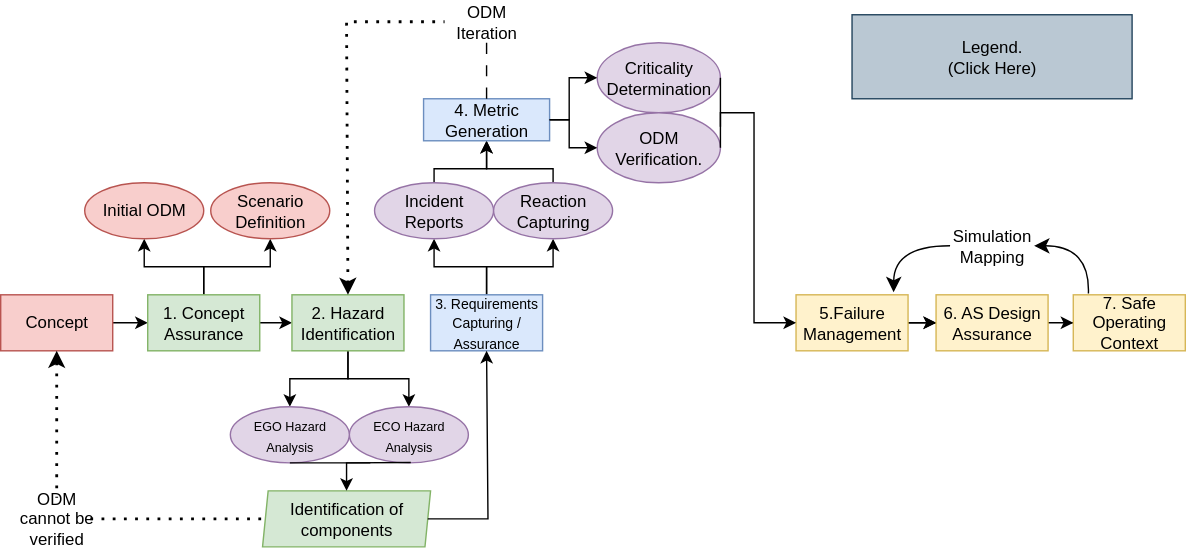
This is src/assets/sacred.svg from TortoiseFather/sacred-site, a draw.io export, as it was before one commit. Source tidied: cells renumbered, new cells last; positions are measured from the earlier drawing's top-left corner, leaving out a move shared by most shapes. Source of this version:
```xml
<mxGraphModel>
  <root>
    <mxCell id="0" />
    <mxCell id="1" parent="0" />
    <mxCell id="2" style="edgeStyle=orthogonalEdgeStyle;rounded=0;jettySize=auto;html=1;" parent="1" edge="1" source="3" target="7">
      <mxGeometry relative="1" as="geometry" />
    </mxCell>
    <mxCell id="3" value="Concept" style="rounded=0;whiteSpace=wrap;html=1;fillColor=#f8cecc;strokeColor=#b85450;" parent="1" vertex="1">
      <mxGeometry y="210" width="80" height="40" as="geometry" />
    </mxCell>
    <mxCell id="4" style="edgeStyle=orthogonalEdgeStyle;rounded=0;jettySize=auto;html=1;" parent="1" edge="1" source="7" target="10">
      <mxGeometry relative="1" as="geometry" />
    </mxCell>
    <mxCell id="5" style="edgeStyle=orthogonalEdgeStyle;rounded=0;jettySize=auto;html=1;entryX=0.5;entryY=1;entryDx=0;entryDy=0;" parent="1" edge="1" source="7" target="20">
      <mxGeometry relative="1" as="geometry" />
    </mxCell>
    <mxCell id="6" style="edgeStyle=orthogonalEdgeStyle;rounded=0;jettySize=auto;html=1;entryX=0.5;entryY=1;entryDx=0;entryDy=0;" parent="1" edge="1" source="7" target="19">
      <mxGeometry relative="1" as="geometry" />
    </mxCell>
    <mxCell id="7" value="1. Concept Assurance" style="rounded=0;whiteSpace=wrap;html=1;fillColor=#d5e8d4;strokeColor=#82b366;" parent="1" vertex="1">
      <mxGeometry x="105" y="210" width="80" height="40" as="geometry" />
    </mxCell>
    <mxCell id="8" style="edgeStyle=orthogonalEdgeStyle;rounded=0;jettySize=auto;html=1;entryX=0.5;entryY=0;entryDx=0;entryDy=0;" parent="1" edge="1" source="10" target="37">
      <mxGeometry relative="1" as="geometry" />
    </mxCell>
    <mxCell id="9" style="edgeStyle=orthogonalEdgeStyle;rounded=0;jettySize=auto;html=1;entryX=0.5;entryY=0;entryDx=0;entryDy=0;" parent="1" edge="1" source="10" target="38">
      <mxGeometry relative="1" as="geometry" />
    </mxCell>
    <mxCell id="10" value="2. Hazard Identification" style="rounded=0;whiteSpace=wrap;html=1;fillColor=#d5e8d4;strokeColor=#82b366;" parent="1" vertex="1">
      <mxGeometry x="208" y="210" width="80" height="40" as="geometry" />
    </mxCell>
    <mxCell id="11" style="edgeStyle=orthogonalEdgeStyle;rounded=0;jettySize=auto;html=1;" parent="1" edge="1" source="13" target="24">
      <mxGeometry relative="1" as="geometry" />
    </mxCell>
    <mxCell id="12" style="edgeStyle=orthogonalEdgeStyle;rounded=0;jettySize=auto;html=1;entryX=0.5;entryY=1;entryDx=0;entryDy=0;" parent="1" edge="1" source="13" target="22">
      <mxGeometry relative="1" as="geometry" />
    </mxCell>
    <mxCell id="13" value="&lt;font style=&quot;font-size: 10px;&quot;&gt;3. Requirements Capturing / Assurance&lt;/font&gt;" style="rounded=0;whiteSpace=wrap;html=1;fillColor=#dae8fc;strokeColor=#6c8ebf;" parent="1" vertex="1">
      <mxGeometry x="307" y="210" width="80" height="40" as="geometry" />
    </mxCell>
    <mxCell id="14" style="edgeStyle=orthogonalEdgeStyle;rounded=0;jettySize=auto;html=1;" parent="1" edge="1" source="16" target="18">
      <mxGeometry relative="1" as="geometry" />
    </mxCell>
    <mxCell id="15" style="edgeStyle=orthogonalEdgeStyle;rounded=0;jettySize=auto;html=1;" parent="1" edge="1" source="16" target="18">
      <mxGeometry relative="1" as="geometry" />
    </mxCell>
    <mxCell id="16" value="5.Failure Management" style="rounded=0;whiteSpace=wrap;html=1;fillColor=#fff2cc;strokeColor=#d6b656;" parent="1" vertex="1">
      <mxGeometry x="568" y="210" width="80" height="40" as="geometry" />
    </mxCell>
    <mxCell id="17" style="edgeStyle=orthogonalEdgeStyle;rounded=0;jettySize=auto;html=1;" parent="1" edge="1" source="18" target="25">
      <mxGeometry relative="1" as="geometry" />
    </mxCell>
    <mxCell id="18" value="6. AS Design Assurance" style="rounded=0;whiteSpace=wrap;html=1;fillColor=#fff2cc;strokeColor=#d6b656;" parent="1" vertex="1">
      <mxGeometry x="668" y="210" width="80" height="40" as="geometry" />
    </mxCell>
    <mxCell id="19" value="Initial ODM" style="ellipse;whiteSpace=wrap;html=1;fillColor=#f8cecc;strokeColor=#b85450;" parent="1" vertex="1">
      <mxGeometry x="60" y="130" width="85" height="40" as="geometry" />
    </mxCell>
    <mxCell id="20" value="Scenario Definition" style="ellipse;whiteSpace=wrap;html=1;fillColor=#f8cecc;strokeColor=#b85450;" parent="1" vertex="1">
      <mxGeometry x="150" y="130" width="85" height="40" as="geometry" />
    </mxCell>
    <mxCell id="21" style="edgeStyle=orthogonalEdgeStyle;rounded=0;jettySize=auto;html=1;" parent="1" edge="1" source="22" target="26">
      <mxGeometry relative="1" as="geometry">
        <Array as="points">
          <mxPoint x="310" y="120" />
          <mxPoint x="347" y="120" />
        </Array>
      </mxGeometry>
    </mxCell>
    <mxCell id="22" value="Incident Reports" style="ellipse;whiteSpace=wrap;html=1;fillColor=#e1d5e7;strokeColor=#9673a6;" parent="1" vertex="1">
      <mxGeometry x="267" y="130" width="85" height="40" as="geometry" />
    </mxCell>
    <mxCell id="23" style="edgeStyle=orthogonalEdgeStyle;rounded=0;jettySize=auto;html=1;" parent="1" edge="1" source="24" target="26">
      <mxGeometry relative="1" as="geometry">
        <Array as="points">
          <mxPoint x="395" y="120" />
          <mxPoint x="347" y="120" />
        </Array>
      </mxGeometry>
    </mxCell>
    <mxCell id="24" value="Reaction Capturing" style="ellipse;whiteSpace=wrap;html=1;fillColor=#e1d5e7;strokeColor=#9673a6;" parent="1" vertex="1">
      <mxGeometry x="352" y="130" width="85" height="40" as="geometry" />
    </mxCell>
    <mxCell id="25" value="7. Safe Operating Context" style="rounded=0;whiteSpace=wrap;html=1;fillColor=#fff2cc;strokeColor=#d6b656;" parent="1" vertex="1">
      <mxGeometry x="766" y="210" width="80" height="40" as="geometry" />
    </mxCell>
    <mxCell id="26" value="4. Metric Generation" style="whiteSpace=wrap;html=1;fillColor=#dae8fc;strokeColor=#6c8ebf;" parent="1" vertex="1">
      <mxGeometry x="302" y="70" width="90" height="30" as="geometry" />
    </mxCell>
    <mxCell id="27" value="Criticality Determination" style="ellipse;whiteSpace=wrap;html=1;fillColor=#e1d5e7;strokeColor=#9673a6;" parent="1" vertex="1">
      <mxGeometry x="426" y="30" width="88" height="50" as="geometry" />
    </mxCell>
    <mxCell id="28" value="ODM Verification." style="ellipse;whiteSpace=wrap;html=1;fillColor=#e1d5e7;strokeColor=#9673a6;" parent="1" vertex="1">
      <mxGeometry x="426" y="80" width="88" height="50" as="geometry" />
    </mxCell>
    <mxCell id="29" style="endArrow=classic;html=1;rounded=0;exitX=1;exitY=0.5;exitDx=0;exitDy=0;entryX=0;entryY=0.5;entryDx=0;entryDy=0;" parent="1" edge="1" source="26" target="27">
      <mxGeometry relative="1" as="geometry">
        <Array as="points">
          <mxPoint x="406" y="85" />
          <mxPoint x="406" y="55" />
        </Array>
      </mxGeometry>
    </mxCell>
    <mxCell id="30" style="endArrow=classic;html=1;rounded=0;exitX=1;exitY=0.5;exitDx=0;exitDy=0;entryX=0;entryY=0.5;entryDx=0;entryDy=0;" parent="1" edge="1" source="26" target="28">
      <mxGeometry relative="1" as="geometry">
        <Array as="points">
          <mxPoint x="406" y="85" />
          <mxPoint x="406" y="105" />
        </Array>
      </mxGeometry>
    </mxCell>
    <mxCell id="31" style="endArrow=classic;html=1;rounded=0;entryX=0;entryY=0.5;entryDx=0;entryDy=0;exitX=1;exitY=0.5;exitDx=0;exitDy=0;" parent="1" edge="1" source="28" target="16">
      <mxGeometry relative="1" as="geometry">
        <Array as="points">
          <mxPoint x="514" y="80" />
          <mxPoint x="538" y="80" />
          <mxPoint x="538" y="230" />
        </Array>
      </mxGeometry>
    </mxCell>
    <mxCell id="32" style="endArrow=none;html=1;rounded=0;entryX=1;entryY=0.5;entryDx=0;entryDy=0;" parent="1" edge="1" target="27">
      <mxGeometry relative="1" as="geometry">
        <mxPoint x="514" y="90" as="sourcePoint" />
      </mxGeometry>
    </mxCell>
    <mxCell id="33" style="edgeStyle=orthogonalEdgeStyle;rounded=0;jettySize=auto;html=1;entryX=0.5;entryY=0;entryDx=0;entryDy=0;endArrow=none;endFill=0;dashed=1;dashPattern=8 8;" parent="1" edge="1" source="34" target="26">
      <mxGeometry relative="1" as="geometry" />
    </mxCell>
    <mxCell id="34" value="&lt;div&gt;ODM Iteration&lt;/div&gt;" style="text;html=1;strokeColor=none;fillColor=none;align=center;verticalAlign=middle;whiteSpace=wrap;rounded=0;" parent="1" vertex="1">
      <mxGeometry x="317" width="60" height="30" as="geometry" />
    </mxCell>
    <mxCell id="35" style="endArrow=none;dashed=1;html=1;dashPattern=1 3;strokeWidth=2;rounded=0;entryX=0;entryY=0.5;entryDx=0;entryDy=0;exitX=0.5;exitY=0;exitDx=0;exitDy=0;endFill=0;startArrow=classic;startFill=1;" parent="1" edge="1" source="10" target="34">
      <mxGeometry relative="1" as="geometry">
        <Array as="points">
          <mxPoint x="247" y="15" />
        </Array>
      </mxGeometry>
    </mxCell>
    <mxCell id="36" value="&lt;div&gt;Identification of components&lt;/div&gt;" style="shape=parallelogram;perimeter=parallelogramPerimeter;whiteSpace=wrap;html=1;fixedSize=1;size=4;fillColor=#d5e8d4;strokeColor=#82b366;" parent="1" vertex="1">
      <mxGeometry x="187" y="350" width="120" height="40" as="geometry" />
    </mxCell>
    <mxCell id="37" value="&lt;font style=&quot;font-size: 9px;&quot;&gt;ECO Hazard Analysis&lt;/font&gt;" style="ellipse;whiteSpace=wrap;html=1;fillColor=#e1d5e7;strokeColor=#9673a6;" parent="1" vertex="1">
      <mxGeometry x="249" y="290" width="85" height="40" as="geometry" />
    </mxCell>
    <mxCell id="38" value="&lt;font style=&quot;font-size: 9px;&quot;&gt;EGO Hazard Analysis&lt;/font&gt;" style="ellipse;whiteSpace=wrap;html=1;fillColor=#e1d5e7;strokeColor=#9673a6;" parent="1" vertex="1">
      <mxGeometry x="164" y="290" width="85" height="40" as="geometry" />
    </mxCell>
    <mxCell id="39" style="endArrow=classic;html=1;rounded=0;exitX=0.516;exitY=0.995;exitDx=0;exitDy=0;exitPerimeter=0;entryX=0.5;entryY=0;entryDx=0;entryDy=0;" parent="1" edge="1" source="37" target="36">
      <mxGeometry relative="1" as="geometry">
        <Array as="points">
          <mxPoint x="247" y="330" />
        </Array>
      </mxGeometry>
    </mxCell>
    <mxCell id="40" style="endArrow=none;html=1;rounded=0;exitX=0.5;exitY=1;exitDx=0;exitDy=0;endFill=0;" parent="1" edge="1" source="38">
      <mxGeometry relative="1" as="geometry">
        <mxPoint x="264" y="330" as="targetPoint" />
      </mxGeometry>
    </mxCell>
    <mxCell id="41" style="endArrow=classic;html=1;rounded=0;entryX=0.5;entryY=1;entryDx=0;entryDy=0;exitX=1;exitY=0.5;exitDx=0;exitDy=0;" parent="1" edge="1" source="36" target="13">
      <mxGeometry relative="1" as="geometry">
        <Array as="points">
          <mxPoint x="348" y="370" />
        </Array>
      </mxGeometry>
    </mxCell>
    <mxCell id="42" style="endArrow=none;dashed=1;html=1;dashPattern=1 3;strokeWidth=2;rounded=0;entryX=0;entryY=0.5;entryDx=0;entryDy=0;endFill=0;startArrow=none;startFill=0;" parent="1" edge="1" target="36">
      <mxGeometry relative="1" as="geometry">
        <mxPoint x="64" y="370" as="sourcePoint" />
        <Array as="points">
          <mxPoint x="84" y="370" />
        </Array>
      </mxGeometry>
    </mxCell>
    <mxCell id="43" style="endArrow=none;dashed=1;html=1;dashPattern=1 3;strokeWidth=2;rounded=0;entryX=0.5;entryY=0;entryDx=0;entryDy=0;exitX=0.5;exitY=1;exitDx=0;exitDy=0;endFill=0;startArrow=classic;startFill=1;" parent="1" edge="1" source="3" target="44">
      <mxGeometry relative="1" as="geometry" />
    </mxCell>
    <mxCell id="44" value="ODM cannot be verified" style="text;html=1;align=center;verticalAlign=middle;whiteSpace=wrap;rounded=0;" parent="1" vertex="1">
      <mxGeometry x="10" y="355" width="60" height="30" as="geometry" />
    </mxCell>
    <mxCell id="45" value="Simulation Mapping" style="text;html=1;align=center;verticalAlign=middle;whiteSpace=wrap;rounded=0;" parent="1" vertex="1">
      <mxGeometry x="678" y="160" width="60" height="30" as="geometry" />
    </mxCell>
    <mxCell id="46" style="endArrow=classic;html=1;rounded=0;fontSize=12;startSize=8;endSize=8;curved=1;entryX=1;entryY=0.5;entryDx=0;entryDy=0;exitX=0.135;exitY=-0.025;exitDx=0;exitDy=0;exitPerimeter=0;" parent="1" edge="1" source="25" target="45">
      <mxGeometry relative="1" as="geometry">
        <Array as="points">
          <mxPoint x="778" y="175" />
        </Array>
      </mxGeometry>
    </mxCell>
    <mxCell id="47" style="endArrow=classic;html=1;rounded=0;fontSize=12;startSize=8;endSize=8;curved=1;entryX=0.871;entryY=-0.046;entryDx=0;entryDy=0;exitX=0;exitY=0.5;exitDx=0;exitDy=0;entryPerimeter=0;" parent="1" edge="1" source="45" target="16">
      <mxGeometry relative="1" as="geometry">
        <Array as="points">
          <mxPoint x="638" y="175" />
        </Array>
      </mxGeometry>
    </mxCell>
    <mxCell id="48" value="&lt;div&gt;Legend.&lt;/div&gt;&lt;div&gt;(Click Here)&lt;/div&gt;" style="rounded=0;whiteSpace=wrap;html=1;fillColor=#bac8d3;strokeColor=#23445d;" parent="1" vertex="1">
      <mxGeometry x="608" y="10" width="200" height="60" as="geometry" />
    </mxCell>
  </root>
</mxGraphModel>
```
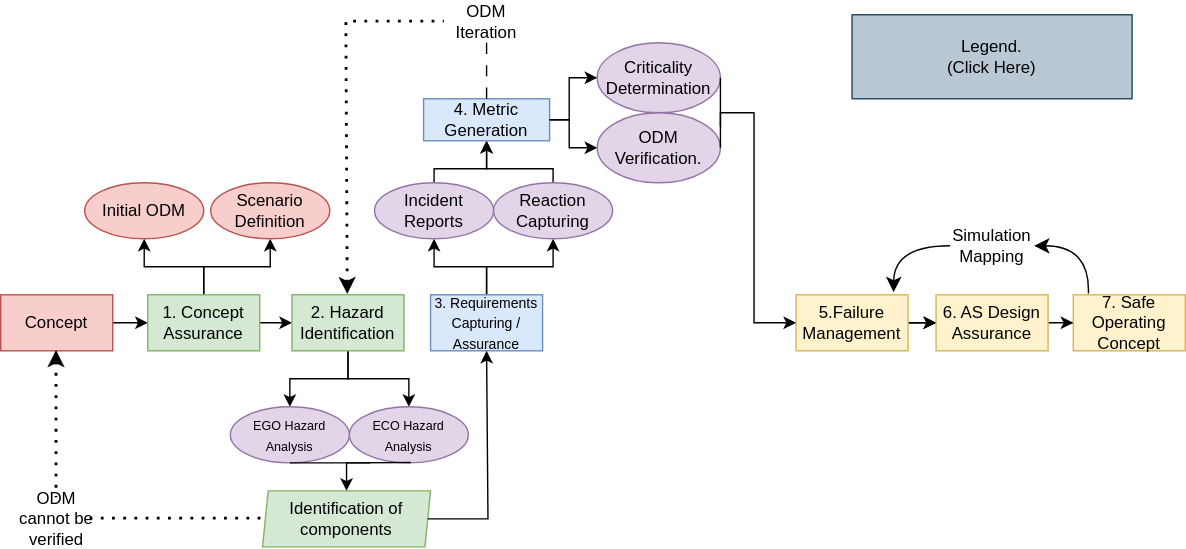
After the commit.

Change to the diagram source:
```diff
@@ -81,7 +81,7 @@
     <mxCell id="24" value="Reaction Capturing" style="ellipse;whiteSpace=wrap;html=1;fillColor=#e1d5e7;strokeColor=#9673a6;" parent="1" vertex="1">
       <mxGeometry x="352" y="130" width="85" height="40" as="geometry" />
     </mxCell>
-    <mxCell id="25" value="7. Safe Operating Context" style="rounded=0;whiteSpace=wrap;html=1;fillColor=#fff2cc;strokeColor=#d6b656;" parent="1" vertex="1">
+    <mxCell id="25" value="7. Safe Operating Concept" style="rounded=0;whiteSpace=wrap;html=1;fillColor=#fff2cc;strokeColor=#d6b656;" parent="1" vertex="1">
       <mxGeometry x="766" y="210" width="80" height="40" as="geometry" />
     </mxCell>
     <mxCell id="26" value="4. Metric Generation" style="whiteSpace=wrap;html=1;fillColor=#dae8fc;strokeColor=#6c8ebf;" parent="1" vertex="1">
```
